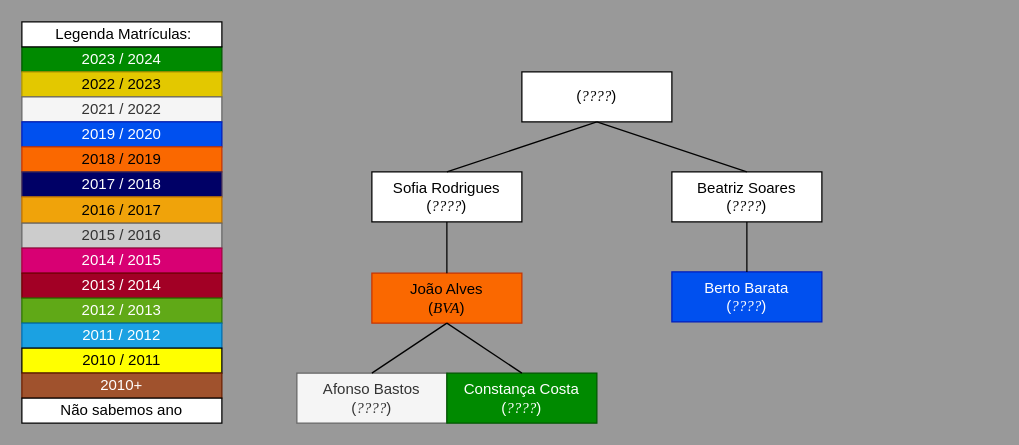
The draw.io diagram Draw.io/Familia_da_Sofia_Rodrigues.drawio in pdmtmr/PDMTMRTESTLOCATION-AKA-ARBUSTO, before the edit. Source tidied: cells renumbered, new cells numbered last; positions are measured from the earlier drawing's top-left corner, leaving out a move shared by most shapes. Both pictures are drawn from the tidied source at 125%, with x=0, y=0 at pixel (21, 21).
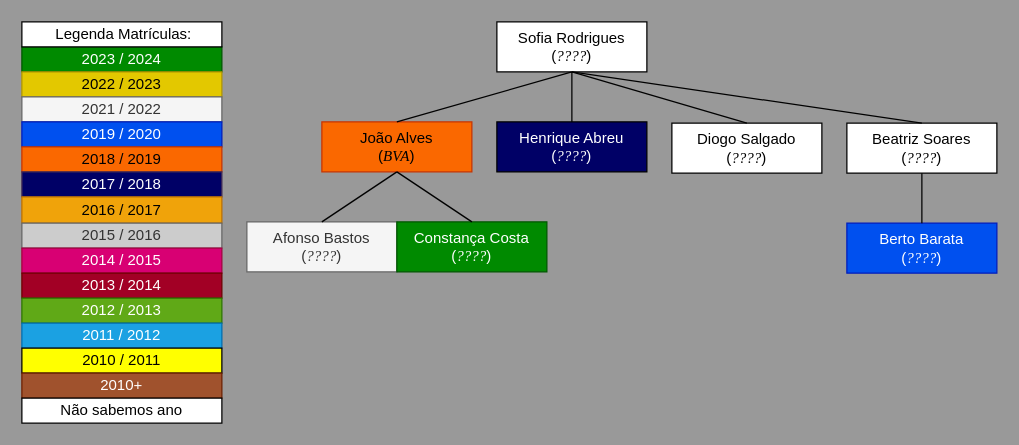
The same page after the edit.

Diff of the diagram source:
```diff
@@
     <mxCell id="18" value="&lt;div&gt;&lt;span style=&quot;background-color: initial;&quot;&gt;Sofia Rodrigues&lt;/span&gt;&lt;/div&gt;&lt;div&gt;&lt;span style=&quot;background-color: initial;&quot;&gt;(&lt;/span&gt;&lt;i style=&quot;background-color: initial;&quot;&gt;&lt;font face=&quot;Times New Roman&quot;&gt;????&lt;/font&gt;&lt;/i&gt;&lt;span style=&quot;background-color: initial;&quot;&gt;)&lt;/span&gt;&lt;/div&gt;" style="rounded=0;whiteSpace=wrap;html=1;" parent="1" vertex="1">
-      <mxGeometry x="280" y="120" width="120" height="40" as="geometry" />
+      <mxGeometry x="380" width="120" height="40" as="geometry" />
     </mxCell>
     <mxCell id="19" value="&lt;div&gt;&lt;span style=&quot;background-color: initial;&quot;&gt;João Alves&lt;/span&gt;&lt;/div&gt;&lt;div&gt;&lt;span style=&quot;background-color: initial;&quot;&gt;(&lt;font face=&quot;Times New Roman&quot;&gt;&lt;i&gt;BVA&lt;/i&gt;&lt;/font&gt;&lt;/span&gt;&lt;span style=&quot;background-color: initial;&quot;&gt;)&lt;/span&gt;&lt;/div&gt;" style="rounded=0;whiteSpace=wrap;html=1;fillColor=#fa6800;fontColor=#000000;strokeColor=#C73500;" parent="1" vertex="1">
-      <mxGeometry x="280" y="201" width="120" height="40" as="geometry" />
+      <mxGeometry x="240" y="80" width="120" height="40" as="geometry" />
     </mxCell>
     <mxCell id="20" value="&lt;div&gt;&lt;span style=&quot;background-color: initial;&quot;&gt;Afonso Bastos&lt;/span&gt;&lt;/div&gt;&lt;div&gt;&lt;span style=&quot;background-color: initial;&quot;&gt;(&lt;/span&gt;&lt;i style=&quot;background-color: initial;&quot;&gt;&lt;font face=&quot;Times New Roman&quot;&gt;????&lt;/font&gt;&lt;/i&gt;&lt;span style=&quot;background-color: initial;&quot;&gt;)&lt;/span&gt;&lt;/div&gt;" style="rounded=0;whiteSpace=wrap;html=1;fillColor=#f5f5f5;fontColor=#333333;strokeColor=#666666;" parent="1" vertex="1">
-      <mxGeometry x="220" y="281" width="120" height="40" as="geometry" />
+      <mxGeometry x="180" y="160" width="120" height="40" as="geometry" />
     </mxCell>
     <mxCell id="21" value="&lt;div&gt;&lt;span style=&quot;background-color: initial;&quot;&gt;Constança Costa&lt;/span&gt;&lt;/div&gt;&lt;div&gt;&lt;span style=&quot;background-color: initial;&quot;&gt;(&lt;/span&gt;&lt;i style=&quot;background-color: initial;&quot;&gt;&lt;font face=&quot;Times New Roman&quot;&gt;????&lt;/font&gt;&lt;/i&gt;&lt;span style=&quot;background-color: initial;&quot;&gt;)&lt;/span&gt;&lt;/div&gt;" style="rounded=0;whiteSpace=wrap;html=1;fillColor=#008a00;fontColor=#ffffff;strokeColor=#005700;" parent="1" vertex="1">
-      <mxGeometry x="340" y="281" width="120" height="40" as="geometry" />
+      <mxGeometry x="300" y="160" width="120" height="40" as="geometry" />
     </mxCell>
@@
     <mxCell id="25" value="&lt;div&gt;&lt;span style=&quot;background-color: initial;&quot;&gt;Beatriz Soares&lt;/span&gt;&lt;/div&gt;&lt;div&gt;&lt;span style=&quot;background-color: initial;&quot;&gt;(&lt;/span&gt;&lt;i style=&quot;background-color: initial;&quot;&gt;&lt;font face=&quot;Times New Roman&quot;&gt;????&lt;/font&gt;&lt;/i&gt;&lt;span style=&quot;background-color: initial;&quot;&gt;)&lt;/span&gt;&lt;/div&gt;" style="rounded=0;whiteSpace=wrap;html=1;" parent="1" vertex="1">
-      <mxGeometry x="520" y="120" width="120" height="40" as="geometry" />
+      <mxGeometry x="660" y="81" width="120" height="40" as="geometry" />
     </mxCell>
     <mxCell id="26" value="&lt;div&gt;&lt;span style=&quot;background-color: initial;&quot;&gt;Berto Barata&lt;/span&gt;&lt;/div&gt;&lt;div&gt;&lt;span style=&quot;background-color: initial;&quot;&gt;(&lt;/span&gt;&lt;i style=&quot;background-color: initial;&quot;&gt;&lt;font face=&quot;Times New Roman&quot;&gt;????&lt;/font&gt;&lt;/i&gt;&lt;span style=&quot;background-color: initial;&quot;&gt;)&lt;/span&gt;&lt;br&gt;&lt;/div&gt;" style="rounded=0;whiteSpace=wrap;html=1;fillColor=#0050ef;fontColor=#ffffff;strokeColor=#001DBC;" parent="1" vertex="1">
-      <mxGeometry x="520" y="200" width="120" height="40" as="geometry" />
+      <mxGeometry x="660" y="161" width="120" height="40" as="geometry" />
     </mxCell>
@@
-    <mxCell id="28" value="&lt;div&gt;&lt;span style=&quot;background-color: initial;&quot;&gt;(&lt;/span&gt;&lt;i style=&quot;background-color: initial;&quot;&gt;&lt;font face=&quot;Times New Roman&quot;&gt;????&lt;/font&gt;&lt;/i&gt;&lt;span style=&quot;background-color: initial;&quot;&gt;)&lt;/span&gt;&lt;/div&gt;" style="rounded=0;whiteSpace=wrap;html=1;" parent="1" vertex="1">
-      <mxGeometry x="400" y="40" width="120" height="40" as="geometry" />
-    </mxCell>
-    <mxCell id="29" style="endArrow=none;html=1;exitX=0.5;exitY=1;exitDx=0;exitDy=0;entryX=0.5;entryY=0;entryDx=0;entryDy=0;" parent="1" edge="1" source="28" target="18">
-      <mxGeometry relative="1" as="geometry" />
-    </mxCell>
-    <mxCell id="30" style="endArrow=none;html=1;entryX=0.5;entryY=0;entryDx=0;entryDy=0;exitX=0.5;exitY=1;exitDx=0;exitDy=0;" parent="1" edge="1" source="28" target="25">
-      <mxGeometry relative="1" as="geometry" />
+    <mxCell id="30" value="&lt;div&gt;&lt;span style=&quot;background-color: initial;&quot;&gt;Henrique Abreu&lt;/span&gt;&lt;/div&gt;&lt;div&gt;&lt;span style=&quot;background-color: initial;&quot;&gt;(&lt;font face=&quot;Times New Roman&quot;&gt;&lt;i&gt;????&lt;/i&gt;&lt;/font&gt;&lt;/span&gt;&lt;span style=&quot;background-color: initial;&quot;&gt;)&lt;/span&gt;&lt;/div&gt;" style="rounded=0;whiteSpace=wrap;html=1;fillColor=#000066;fontColor=#FFFFFF;" parent="1" vertex="1">
+      <mxGeometry x="380" y="80" width="120" height="40" as="geometry" />
     </mxCell>
+    <mxCell id="31" style="endArrow=none;html=1;exitX=0.5;exitY=1;exitDx=0;exitDy=0;entryX=0.5;entryY=0;entryDx=0;entryDy=0;" parent="1" edge="1" source="18" target="30">
+      <mxGeometry relative="1" as="geometry" />
+    </mxCell>
+    <mxCell id="32" value="&lt;div&gt;Diogo Salgado&lt;/div&gt;&lt;div&gt;&lt;span style=&quot;background-color: initial;&quot;&gt;(&lt;font face=&quot;Times New Roman&quot;&gt;&lt;i&gt;????&lt;/i&gt;&lt;/font&gt;&lt;/span&gt;&lt;span style=&quot;background-color: initial;&quot;&gt;)&lt;/span&gt;&lt;/div&gt;" style="rounded=0;whiteSpace=wrap;html=1;" parent="1" vertex="1">
+      <mxGeometry x="520" y="81" width="120" height="40" as="geometry" />
+    </mxCell>
+    <mxCell id="33" style="endArrow=none;html=1;exitX=0.5;exitY=1;exitDx=0;exitDy=0;entryX=0.5;entryY=0;entryDx=0;entryDy=0;" parent="1" edge="1" source="18" target="32">
+      <mxGeometry relative="1" as="geometry" />
+    </mxCell>
+    <mxCell id="34" style="endArrow=none;html=1;exitX=0.5;exitY=1;exitDx=0;exitDy=0;entryX=0.5;entryY=0;entryDx=0;entryDy=0;" parent="1" edge="1" source="18" target="25">
+      <mxGeometry relative="1" as="geometry" />
+    </mxCell>
```
